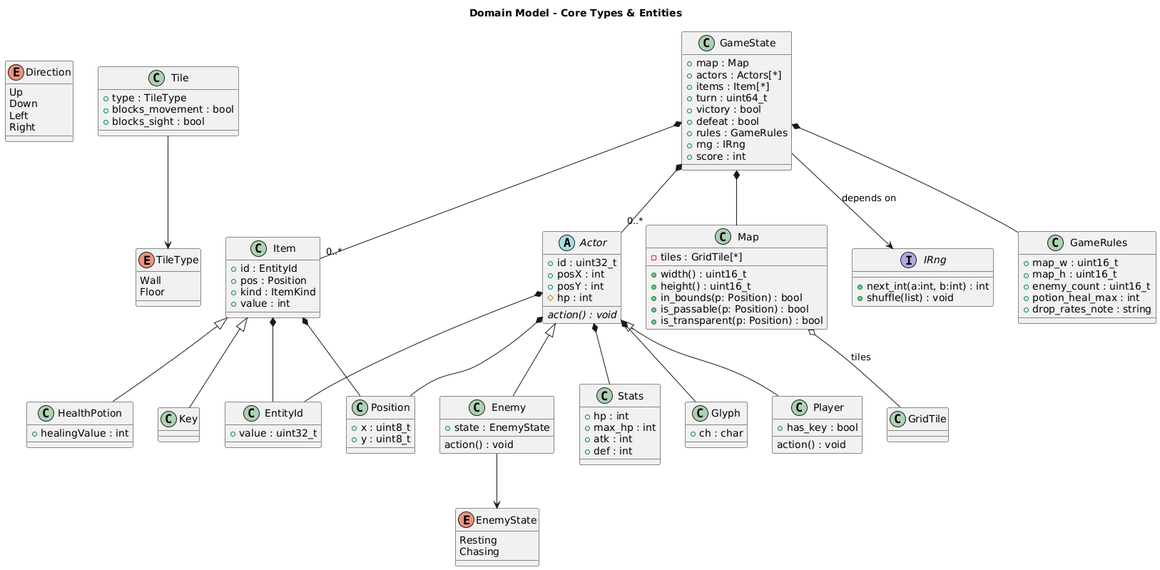
The PlantUML diagram docs/diagrams/core_domain_model_ClassD.png in Sage-Cat/labyrinth_game, before a commit.
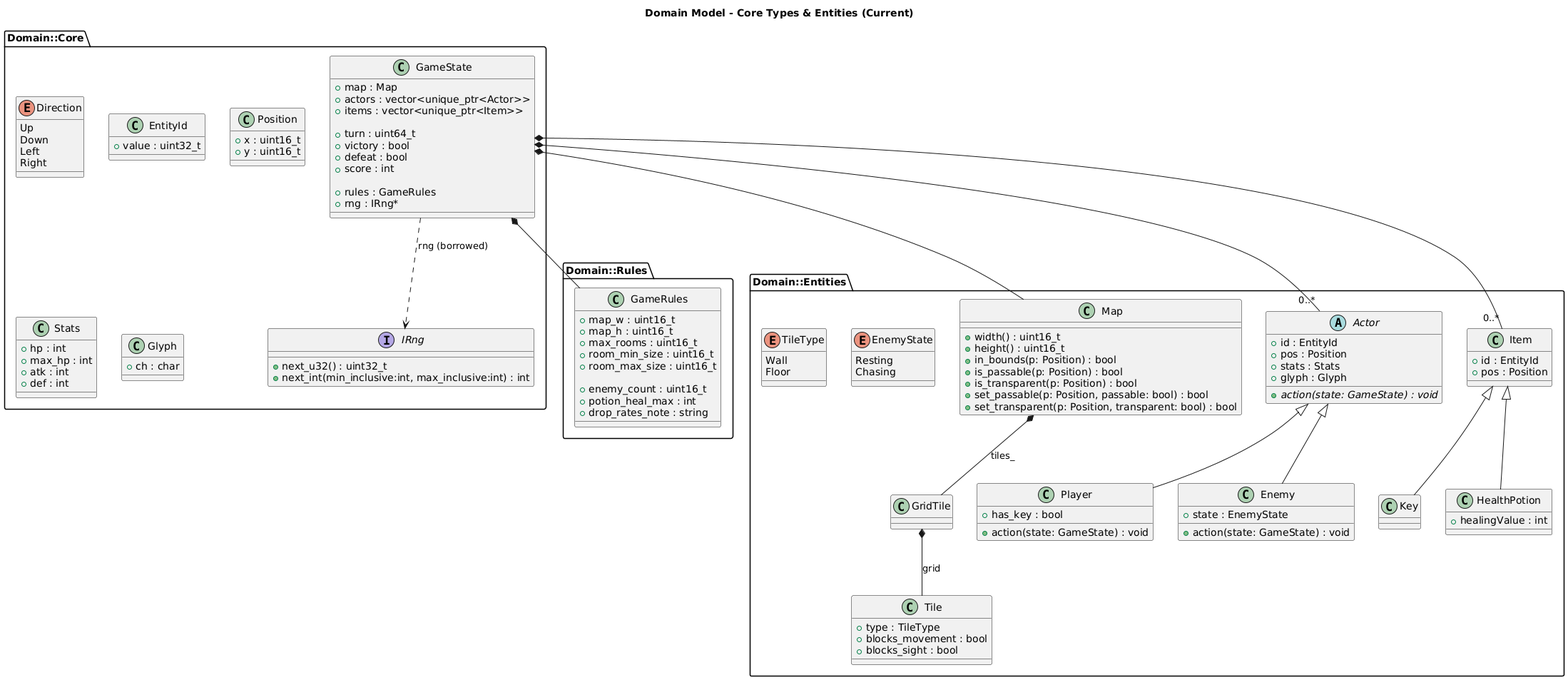
After the change.

What changed in the source:
```diff
@@ -1,138 +1,139 @@
 @startuml
-title Domain Model - Core Types & Entities
+title "Domain Model - Core Types & Entities (Current)"
 
-enum Direction {
-  Up
-  Down
-  Left
-  Right
+package "Domain::Core" {
+  enum Direction {
+    Up
+    Down
+    Left
+    Right
+  }
+
+  class EntityId {
+    +value : uint32_t
+  }
+
+  class Position {
+    +x : uint16_t
+    +y : uint16_t
+  }
+
+  class Stats {
+    +hp : int
+    +max_hp : int
+    +atk : int
+    +def : int
+  }
+
+  class Glyph {
+    +ch : char
+  }
+
+  interface IRng {
+    +next_u32() : uint32_t
+    +next_int(min_inclusive:int, max_inclusive:int) : int
+  }
+
+  class GameState {
+    +map : Map
+    +actors : vector<unique_ptr<Actor>>
+    +items : vector<unique_ptr<Item>>
+
+    +turn : uint64_t
+    +victory : bool
+    +defeat : bool
+    +score : int
+
+    +rules : GameRules
+    +rng : IRng*
+  }
 }
 
-enum TileType {
-  Wall
-  Floor
+package "Domain::Rules" {
+  class GameRules {
+    +map_w : uint16_t
+    +map_h : uint16_t
+    +max_rooms : uint16_t
+    +room_min_size : uint16_t
+    +room_max_size : uint16_t
+
+    +enemy_count : uint16_t
+    +potion_heal_max : int
+    +drop_rates_note : string
+  }
 }
 
-enum EnemyState {
-  Resting
-  Chasing
+package "Domain::Entities" {
+  enum TileType {
+    Wall
+    Floor
+  }
+
+  enum EnemyState {
+    Resting
+    Chasing
+  }
+
+  class Tile {
+    +type : TileType
+    +blocks_movement : bool
+    +blocks_sight : bool
+  }
+
+  class GridTile
+
+  class Map {
+    +width() : uint16_t
+    +height() : uint16_t
+    +in_bounds(p: Position) : bool
+    +is_passable(p: Position) : bool
+    +is_transparent(p: Position) : bool
+    +set_passable(p: Position, passable: bool) : bool
+    +set_transparent(p: Position, transparent: bool) : bool
+  }
+
+  abstract class Actor {
+    +id : EntityId
+    +pos : Position
+    +stats : Stats
+    +glyph : Glyph
+    {abstract} +action(state: GameState) : void
+  }
+
+  class Player {
+    +has_key : bool
+    +action(state: GameState) : void
+  }
+
+  class Enemy {
+    +state : EnemyState
+    +action(state: GameState) : void
+  }
+
+  class Item {
+    +id : EntityId
+    +pos : Position
+  }
+
+  class Key
+
+  class HealthPotion {
+    +healingValue : int
+  }
 }
 
-class EntityId {
-  +value : uint32_t
-}
-
-class Position {
-  +x : uint8_t
-  +y : uint8_t
-}
-
-class Stats {
-  +hp : int
-  +max_hp : int
-  +atk : int
-  +def : int
-}
-
-class Glyph {
-  +ch : char
-}
-
-class GridTile
-
-class Tile {
-  +type : TileType
-  +blocks_movement : bool
-  +blocks_sight : bool
-}
-
-class Map {
-  +width() : uint16_t
-  +height() : uint16_t
-  +in_bounds(p: Position) : bool
-  +is_passable(p: Position) : bool
-  +is_transparent(p: Position) : bool
-  -tiles : GridTile[*]
-}
-
-class Item {
-  +id : EntityId
-  +pos : Position
-  +kind : ItemKind
-  +value : int
-}
-
-class HealthPotion {
-  +healingValue : int
-}
-
-class Key {
-}
-
-abstract class Actor {
-  +id : uint32_t
-  +posX : int
-  +posY : int
-  #hp : int
-  {abstract} action() : void
-}
-
-class Player {
-  +has_key : bool
-  action() : void
-}
-
-class Enemy {
-  +state : EnemyState
-  action() : void
-}
-
-
-interface IRng {
-  +next_int(a:int, b:int) : int
-  +shuffle(list) : void
-}
-
-class GameRules {
-  +map_w : uint16_t
-  +map_h : uint16_t
-  +enemy_count : uint16_t
-  +potion_heal_max : int
-  +drop_rates_note : string
-}
-
-class GameState {
-  +map : Map
-  +actors : Actors[*]
-  +items : Item[*]
-  +turn : uint64_t
-  +victory : bool
-  +defeat : bool
-  +rules : GameRules
-  +rng : IRng
-  +score : int
-}
-
-Map o-- GridTile : tiles
-Tile --> TileType
-Enemy --> EnemyState
+Map *-- GridTile : tiles_
+GridTile *-- Tile : grid
 
 Actor <|-- Player
 Actor <|-- Enemy
 
+Item <|-- Key
 Item <|-- HealthPotion
-Item <|-- Key
-
-Actor *-- Position
-Actor *-- Stats
-Actor *-- Glyph
-Actor *-- EntityId
-Item   *-- EntityId
-Item   *-- Position
 
 GameState *-- Map
 GameState *-- "0..*" Actor
 GameState *-- "0..*" Item
 GameState *-- GameRules
-GameState --> IRng : depends on
+GameState ..> IRng : rng (borrowed)
 @enduml
```
